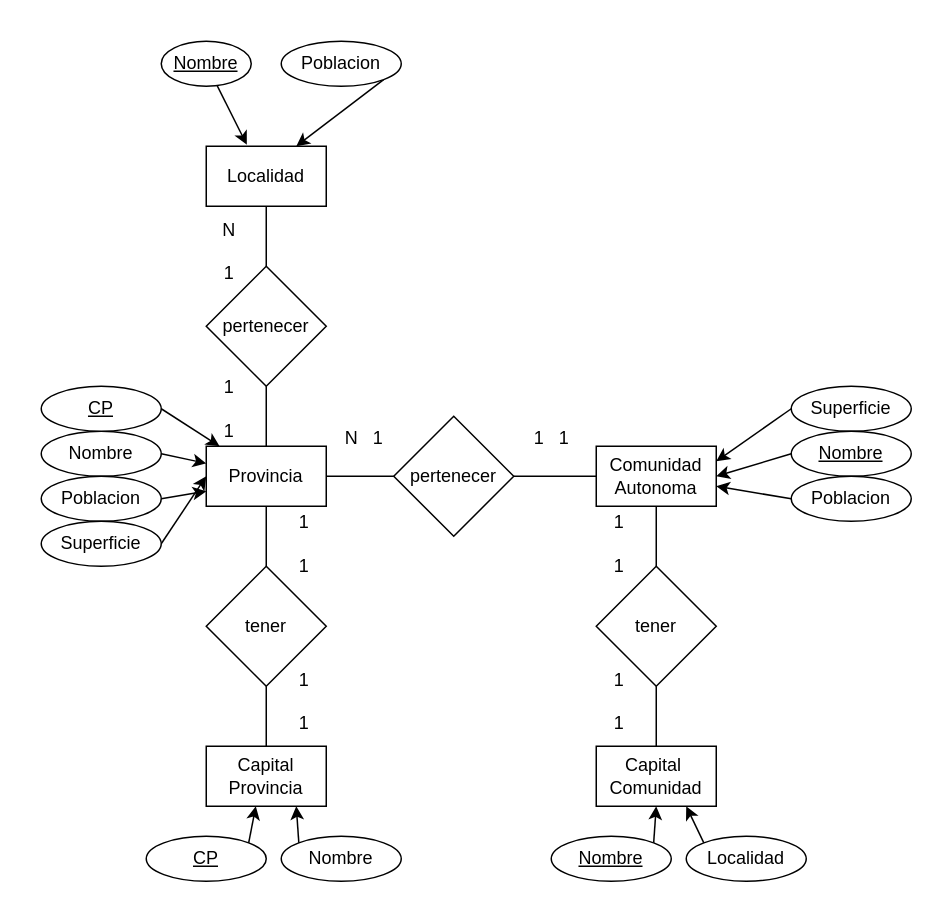
Above: ej3.drawio in adriii28/amr-tsys-C3U12-11102023 (draw.io), before the change. Source tidied: cells renumbered, new cells numbered last; positions are measured from the earlier drawing's top-left corner, leaving out a move shared by most shapes. Both pictures are drawn from the tidied source at 150%, with x=0, y=0 at pixel (40, 40).
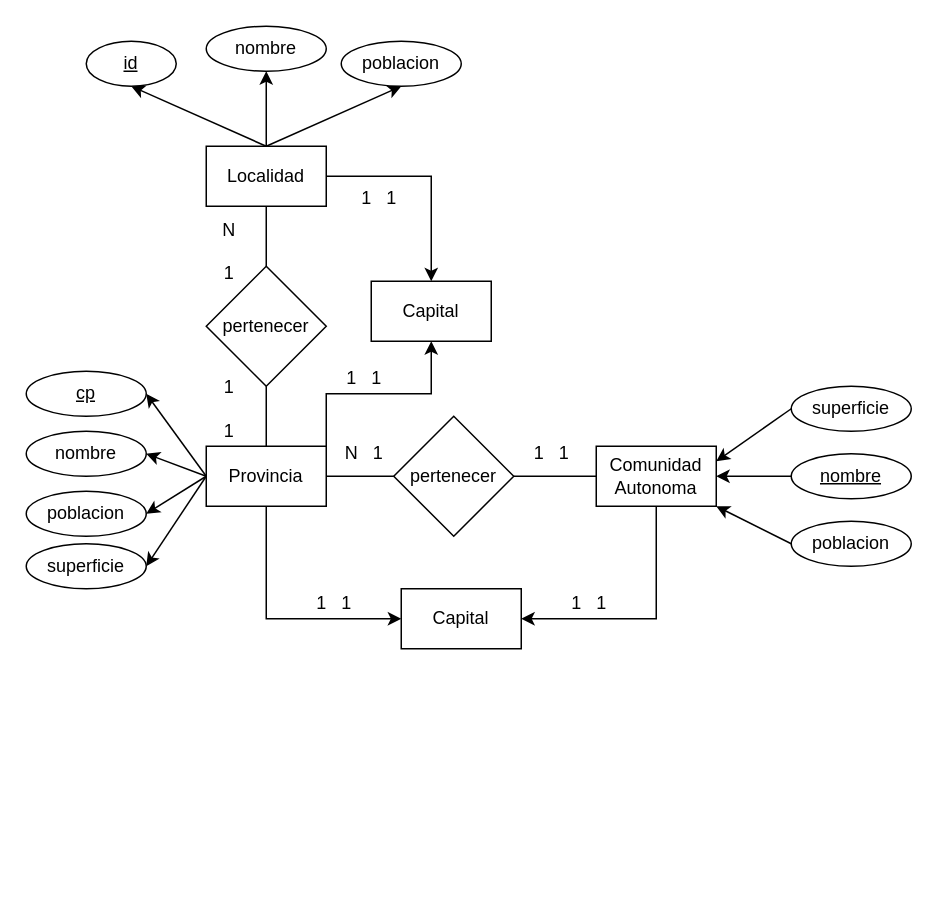
The same page after the edit.

The change refers to these unchanged cells:
```xml
<mxCell id="2" value="Localidad" style="rounded=0;whiteSpace=wrap;html=1;" parent="1" vertex="1">
  <mxGeometry x="110" y="70" width="80" height="40" as="geometry" />
</mxCell>
<mxCell id="3" value="Provincia" style="rounded=0;whiteSpace=wrap;html=1;" parent="1" vertex="1">
  <mxGeometry x="110" y="270" width="80" height="40" as="geometry" />
</mxCell>
<mxCell id="4" value="Comunidad Autonoma" style="rounded=0;whiteSpace=wrap;html=1;" parent="1" vertex="1">
  <mxGeometry x="370" y="270" width="80" height="40" as="geometry" />
</mxCell>
```

What changed in the source:
```diff
@@
+    <mxCell id="53" style="rounded=0;jettySize=auto;html=1;entryX=0.5;entryY=1;entryDx=0;entryDy=0;" parent="1" edge="1" target="64">
+      <mxGeometry relative="1" as="geometry">
+        <mxPoint x="150" y="70" as="sourcePoint" />
+      </mxGeometry>
+    </mxCell>
+    <mxCell id="54" style="rounded=0;jettySize=auto;html=1;entryX=0.5;entryY=1;entryDx=0;entryDy=0;" parent="1" edge="1" source="2" target="65">
+      <mxGeometry relative="1" as="geometry" />
+    </mxCell>
+    <mxCell id="55" style="rounded=0;jettySize=auto;html=1;entryX=0.5;entryY=1;entryDx=0;entryDy=0;exitX=0.5;exitY=0;exitDx=0;exitDy=0;" parent="1" edge="1" source="2" target="15">
+      <mxGeometry relative="1" as="geometry" />
+    </mxCell>
+    <mxCell id="56" style="edgeStyle=orthogonalEdgeStyle;rounded=0;jettySize=auto;html=1;entryX=0.5;entryY=0;entryDx=0;entryDy=0;" parent="1" edge="1" source="2" target="69">
+      <mxGeometry relative="1" as="geometry" />
+    </mxCell>
@@
+    <mxCell id="57" style="rounded=0;jettySize=auto;html=1;entryX=1;entryY=0.5;entryDx=0;entryDy=0;exitX=0;exitY=0.5;exitDx=0;exitDy=0;" parent="1" edge="1" source="3" target="24">
+      <mxGeometry relative="1" as="geometry" />
+    </mxCell>
+    <mxCell id="58" style="rounded=0;jettySize=auto;html=1;entryX=1;entryY=0.5;entryDx=0;entryDy=0;exitX=0;exitY=0.5;exitDx=0;exitDy=0;" parent="1" edge="1" source="3" target="18">
+      <mxGeometry relative="1" as="geometry" />
+    </mxCell>
+    <mxCell id="59" style="rounded=0;jettySize=auto;html=1;entryX=1;entryY=0.5;entryDx=0;entryDy=0;exitX=0;exitY=0.5;exitDx=0;exitDy=0;" parent="1" edge="1" source="3" target="20">
+      <mxGeometry relative="1" as="geometry" />
+    </mxCell>
+    <mxCell id="60" style="rounded=0;jettySize=auto;html=1;entryX=1;entryY=0.5;entryDx=0;entryDy=0;exitX=0;exitY=0.5;exitDx=0;exitDy=0;" parent="1" edge="1" source="3" target="22">
+      <mxGeometry relative="1" as="geometry" />
+    </mxCell>
+    <mxCell id="61" style="edgeStyle=orthogonalEdgeStyle;rounded=0;jettySize=auto;html=1;entryX=0;entryY=0.5;entryDx=0;entryDy=0;exitX=0.5;exitY=1;exitDx=0;exitDy=0;" parent="1" edge="1" source="3" target="66">
+      <mxGeometry relative="1" as="geometry" />
+    </mxCell>
+    <mxCell id="62" style="edgeStyle=orthogonalEdgeStyle;rounded=0;jettySize=auto;html=1;exitX=1;exitY=0;exitDx=0;exitDy=0;entryX=0.5;entryY=1;entryDx=0;entryDy=0;" parent="1" edge="1" source="3" target="69">
+      <mxGeometry relative="1" as="geometry" />
+    </mxCell>
@@
+    <mxCell id="63" style="edgeStyle=orthogonalEdgeStyle;rounded=0;jettySize=auto;html=1;entryX=1;entryY=0.5;entryDx=0;entryDy=0;exitX=0.5;exitY=1;exitDx=0;exitDy=0;" parent="1" edge="1" source="4" target="66">
+      <mxGeometry relative="1" as="geometry" />
+    </mxCell>
@@
-    <mxCell id="5" value="Capital Provincia" style="rounded=0;whiteSpace=wrap;html=1;" parent="1" vertex="1">
-      <mxGeometry x="110" y="470" width="80" height="40" as="geometry" />
-    </mxCell>
-    <mxCell id="6" value="&lt;div&gt;Capital&amp;nbsp;&lt;/div&gt;&lt;div&gt;Comunidad&lt;/div&gt;" style="rounded=0;whiteSpace=wrap;html=1;" parent="1" vertex="1">
-      <mxGeometry x="370" y="470" width="80" height="40" as="geometry" />
-    </mxCell>
@@
-    <mxCell id="13" value="Nombre" style="ellipse;whiteSpace=wrap;html=1;fontStyle=4;" parent="1" vertex="1">
-      <mxGeometry x="80" width="60" height="30" as="geometry" />
-    </mxCell>
-    <mxCell id="14" style="rounded=0;jettySize=auto;html=1;exitX=1;exitY=1;exitDx=0;exitDy=0;entryX=0.75;entryY=0;entryDx=0;entryDy=0;" parent="1" edge="1" source="15" target="2">
-      <mxGeometry relative="1" as="geometry" />
-    </mxCell>
-    <mxCell id="15" value="Poblacion" style="ellipse;whiteSpace=wrap;html=1;" parent="1" vertex="1">
-      <mxGeometry x="160" width="80" height="30" as="geometry" />
+    <mxCell id="15" value="poblacion" style="ellipse;whiteSpace=wrap;html=1;" parent="1" vertex="1">
+      <mxGeometry x="200" width="80" height="30" as="geometry" />
     </mxCell>
-    <mxCell id="16" style="rounded=0;jettySize=auto;html=1;entryX=0.338;entryY=-0.025;entryDx=0;entryDy=0;entryPerimeter=0;" parent="1" edge="1" source="13" target="2">
-      <mxGeometry relative="1" as="geometry" />
-    </mxCell>
-    <mxCell id="17" style="rounded=0;jettySize=auto;html=1;exitX=1;exitY=0.5;exitDx=0;exitDy=0;" parent="1" edge="1" source="18" target="3">
-      <mxGeometry relative="1" as="geometry" />
-    </mxCell>
-    <mxCell id="18" value="Nombre" style="ellipse;whiteSpace=wrap;html=1;" parent="1" vertex="1">
-      <mxGeometry y="260" width="80" height="30" as="geometry" />
+    <mxCell id="18" value="nombre" style="ellipse;whiteSpace=wrap;html=1;" parent="1" vertex="1">
+      <mxGeometry x="-10" y="260" width="80" height="30" as="geometry" />
     </mxCell>
-    <mxCell id="19" style="rounded=0;jettySize=auto;html=1;exitX=1;exitY=0.5;exitDx=0;exitDy=0;entryX=0;entryY=0.75;entryDx=0;entryDy=0;" parent="1" edge="1" source="20" target="3">
-      <mxGeometry relative="1" as="geometry" />
-    </mxCell>
-    <mxCell id="20" value="Poblacion" style="ellipse;whiteSpace=wrap;html=1;" parent="1" vertex="1">
-      <mxGeometry y="290" width="80" height="30" as="geometry" />
+    <mxCell id="20" value="poblacion" style="ellipse;whiteSpace=wrap;html=1;" parent="1" vertex="1">
+      <mxGeometry x="-10" y="300" width="80" height="30" as="geometry" />
     </mxCell>
-    <mxCell id="21" style="rounded=0;jettySize=auto;html=1;exitX=1;exitY=0.5;exitDx=0;exitDy=0;entryX=0;entryY=0.5;entryDx=0;entryDy=0;" parent="1" edge="1" source="22" target="3">
-      <mxGeometry relative="1" as="geometry" />
-    </mxCell>
-    <mxCell id="22" value="Superficie" style="ellipse;whiteSpace=wrap;html=1;" parent="1" vertex="1">
-      <mxGeometry y="320" width="80" height="30" as="geometry" />
+    <mxCell id="22" value="superficie" style="ellipse;whiteSpace=wrap;html=1;" parent="1" vertex="1">
+      <mxGeometry x="-10" y="335" width="80" height="30" as="geometry" />
     </mxCell>
-    <mxCell id="23" style="rounded=0;jettySize=auto;html=1;exitX=1;exitY=0.5;exitDx=0;exitDy=0;" parent="1" edge="1" source="24" target="3">
-      <mxGeometry relative="1" as="geometry" />
-    </mxCell>
-    <mxCell id="24" value="CP" style="ellipse;whiteSpace=wrap;html=1;fontStyle=4;" parent="1" vertex="1">
-      <mxGeometry y="230" width="80" height="30" as="geometry" />
+    <mxCell id="24" value="cp" style="ellipse;whiteSpace=wrap;html=1;fontStyle=4;" parent="1" vertex="1">
+      <mxGeometry x="-10" y="220" width="80" height="30" as="geometry" />
     </mxCell>
@@
-    <mxCell id="26" value="Superficie" style="ellipse;whiteSpace=wrap;html=1;" parent="1" vertex="1">
+    <mxCell id="26" value="superficie" style="ellipse;whiteSpace=wrap;html=1;" parent="1" vertex="1">
       <mxGeometry x="500" y="230" width="80" height="30" as="geometry" />
     </mxCell>
@@
-    <mxCell id="28" value="Nombre" style="ellipse;whiteSpace=wrap;html=1;fontStyle=4;" parent="1" vertex="1">
-      <mxGeometry x="500" y="260" width="80" height="30" as="geometry" />
+    <mxCell id="28" value="nombre" style="ellipse;whiteSpace=wrap;html=1;fontStyle=4;" parent="1" vertex="1">
+      <mxGeometry x="500" y="275" width="80" height="30" as="geometry" />
     </mxCell>
@@
-    <mxCell id="30" value="Poblacion" style="ellipse;whiteSpace=wrap;html=1;" parent="1" vertex="1">
-      <mxGeometry x="500" y="290" width="80" height="30" as="geometry" />
+    <mxCell id="30" value="poblacion" style="ellipse;whiteSpace=wrap;html=1;" parent="1" vertex="1">
+      <mxGeometry x="500" y="320" width="80" height="30" as="geometry" />
     </mxCell>
-    <mxCell id="31" style="rounded=0;jettySize=auto;html=1;exitX=0;exitY=0;exitDx=0;exitDy=0;entryX=0.75;entryY=1;entryDx=0;entryDy=0;" parent="1" edge="1" source="32" target="5">
-      <mxGeometry relative="1" as="geometry" />
-    </mxCell>
-    <mxCell id="32" value="Nombre" style="ellipse;whiteSpace=wrap;html=1;" parent="1" vertex="1">
-      <mxGeometry x="160" y="530" width="80" height="30" as="geometry" />
-    </mxCell>
-    <mxCell id="33" value="CP" style="ellipse;whiteSpace=wrap;html=1;fontStyle=4;" parent="1" vertex="1">
-      <mxGeometry x="70" y="530" width="80" height="30" as="geometry" />
-    </mxCell>
-    <mxCell id="34" style="rounded=0;jettySize=auto;html=1;exitX=1;exitY=0;exitDx=0;exitDy=0;entryX=0.413;entryY=1;entryDx=0;entryDy=0;entryPerimeter=0;" parent="1" edge="1" source="33" target="5">
-      <mxGeometry relative="1" as="geometry" />
-    </mxCell>
-    <mxCell id="35" style="rounded=0;jettySize=auto;html=1;exitX=1;exitY=0;exitDx=0;exitDy=0;entryX=0.5;entryY=1;entryDx=0;entryDy=0;" parent="1" edge="1" source="36" target="6">
-      <mxGeometry relative="1" as="geometry" />
-    </mxCell>
-    <mxCell id="36" value="Nombre" style="ellipse;whiteSpace=wrap;html=1;fontStyle=4;" parent="1" vertex="1">
-      <mxGeometry x="340" y="530" width="80" height="30" as="geometry" />
-    </mxCell>
-    <mxCell id="37" style="rounded=0;jettySize=auto;html=1;exitX=0;exitY=0;exitDx=0;exitDy=0;entryX=0.75;entryY=1;entryDx=0;entryDy=0;" parent="1" edge="1" source="38" target="6">
-      <mxGeometry relative="1" as="geometry" />
-    </mxCell>
-    <mxCell id="38" value="Localidad" style="ellipse;whiteSpace=wrap;html=1;" parent="1" vertex="1">
-      <mxGeometry x="430" y="530" width="80" height="30" as="geometry" />
-    </mxCell>
-    <mxCell id="39" style="edgeStyle=orthogonalEdgeStyle;rounded=0;jettySize=auto;html=1;entryX=0.5;entryY=0;entryDx=0;entryDy=0;endArrow=none;endFill=0;" parent="1" edge="1" source="41" target="5">
-      <mxGeometry relative="1" as="geometry" />
-    </mxCell>
-    <mxCell id="40" style="edgeStyle=orthogonalEdgeStyle;rounded=0;jettySize=auto;html=1;entryX=0.5;entryY=1;entryDx=0;entryDy=0;endArrow=none;endFill=0;" parent="1" edge="1" source="41" target="3">
-      <mxGeometry relative="1" as="geometry" />
-    </mxCell>
-    <mxCell id="41" value="tener" style="rhombus;whiteSpace=wrap;html=1;" parent="1" vertex="1">
-      <mxGeometry x="110" y="350" width="80" height="80" as="geometry" />
-    </mxCell>
-    <mxCell id="42" style="edgeStyle=orthogonalEdgeStyle;rounded=0;jettySize=auto;html=1;entryX=0.5;entryY=1;entryDx=0;entryDy=0;endArrow=none;endFill=0;" parent="1" edge="1" source="44" target="4">
-      <mxGeometry relative="1" as="geometry" />
-    </mxCell>
-    <mxCell id="43" style="edgeStyle=orthogonalEdgeStyle;rounded=0;jettySize=auto;html=1;entryX=0.5;entryY=0;entryDx=0;entryDy=0;endArrow=none;endFill=0;" parent="1" edge="1" source="44" target="6">
-      <mxGeometry relative="1" as="geometry" />
-    </mxCell>
-    <mxCell id="44" value="tener" style="rhombus;whiteSpace=wrap;html=1;" parent="1" vertex="1">
-      <mxGeometry x="370" y="350" width="80" height="80" as="geometry" />
-    </mxCell>
     <mxCell id="45" value="N&amp;nbsp;&amp;nbsp; 1" style="text;html=1;align=center;verticalAlign=middle;strokeColor=none;fillColor=none;" parent="1" vertex="1">
-      <mxGeometry x="190" y="250" width="50" height="30" as="geometry" />
+      <mxGeometry x="190" y="260" width="50" height="30" as="geometry" />
     </mxCell>
     <mxCell id="46" value="1&amp;nbsp;&amp;nbsp; 1" style="text;html=1;align=center;verticalAlign=middle;strokeColor=none;fillColor=none;" parent="1" vertex="1">
-      <mxGeometry x="315" y="250" width="50" height="30" as="geometry" />
+      <mxGeometry x="315" y="260" width="50" height="30" as="geometry" />
     </mxCell>
-    <mxCell id="47" value="&lt;div&gt;1&lt;/div&gt;&lt;div&gt;&lt;br&gt;&lt;/div&gt;&lt;div&gt;1&lt;/div&gt;" style="text;html=1;align=center;verticalAlign=middle;strokeColor=none;fillColor=none;" parent="1" vertex="1">
-      <mxGeometry x="160" y="305" width="30" height="60" as="geometry" />
-    </mxCell>
-    <mxCell id="48" value="&lt;div&gt;1&lt;/div&gt;&lt;div&gt;&lt;br&gt;&lt;/div&gt;&lt;div&gt;1&lt;/div&gt;" style="text;html=1;align=center;verticalAlign=middle;strokeColor=none;fillColor=none;" parent="1" vertex="1">
-      <mxGeometry x="160" y="410" width="30" height="60" as="geometry" />
-    </mxCell>
-    <mxCell id="49" value="&lt;div&gt;1&lt;/div&gt;&lt;div&gt;&lt;br&gt;&lt;/div&gt;&lt;div&gt;1&lt;/div&gt;" style="text;html=1;align=center;verticalAlign=middle;strokeColor=none;fillColor=none;" parent="1" vertex="1">
-      <mxGeometry x="370" y="305" width="30" height="60" as="geometry" />
-    </mxCell>
-    <mxCell id="50" value="&lt;div&gt;1&lt;/div&gt;&lt;div&gt;&lt;br&gt;&lt;/div&gt;&lt;div&gt;1&lt;/div&gt;" style="text;html=1;align=center;verticalAlign=middle;strokeColor=none;fillColor=none;" parent="1" vertex="1">
-      <mxGeometry x="370" y="410" width="30" height="60" as="geometry" />
-    </mxCell>
@@
+    <mxCell id="64" value="id" style="ellipse;whiteSpace=wrap;html=1;fontStyle=4;" parent="1" vertex="1">
+      <mxGeometry x="30" width="60" height="30" as="geometry" />
+    </mxCell>
+    <mxCell id="65" value="nombre" style="ellipse;whiteSpace=wrap;html=1;" parent="1" vertex="1">
+      <mxGeometry x="110" y="-10" width="80" height="30" as="geometry" />
+    </mxCell>
+    <mxCell id="66" value="Capital" style="rounded=0;whiteSpace=wrap;html=1;" parent="1" vertex="1">
+      <mxGeometry x="240" y="365" width="80" height="40" as="geometry" />
+    </mxCell>
+    <mxCell id="67" value="1&amp;nbsp;&amp;nbsp; 1" style="text;html=1;align=center;verticalAlign=middle;strokeColor=none;fillColor=none;" parent="1" vertex="1">
+      <mxGeometry x="340" y="360" width="50" height="30" as="geometry" />
+    </mxCell>
+    <mxCell id="68" value="1&amp;nbsp;&amp;nbsp; 1" style="text;html=1;align=center;verticalAlign=middle;strokeColor=none;fillColor=none;" parent="1" vertex="1">
+      <mxGeometry x="170" y="360" width="50" height="30" as="geometry" />
+    </mxCell>
+    <mxCell id="69" value="Capital" style="rounded=0;whiteSpace=wrap;html=1;" parent="1" vertex="1">
+      <mxGeometry x="220" y="160" width="80" height="40" as="geometry" />
+    </mxCell>
+    <mxCell id="70" value="1&amp;nbsp;&amp;nbsp; 1" style="text;html=1;align=center;verticalAlign=middle;strokeColor=none;fillColor=none;" parent="1" vertex="1">
+      <mxGeometry x="200" y="90" width="50" height="30" as="geometry" />
+    </mxCell>
+    <mxCell id="71" value="1&amp;nbsp;&amp;nbsp; 1" style="text;html=1;align=center;verticalAlign=middle;strokeColor=none;fillColor=none;" parent="1" vertex="1">
+      <mxGeometry x="190" y="210" width="50" height="30" as="geometry" />
+    </mxCell>
```
